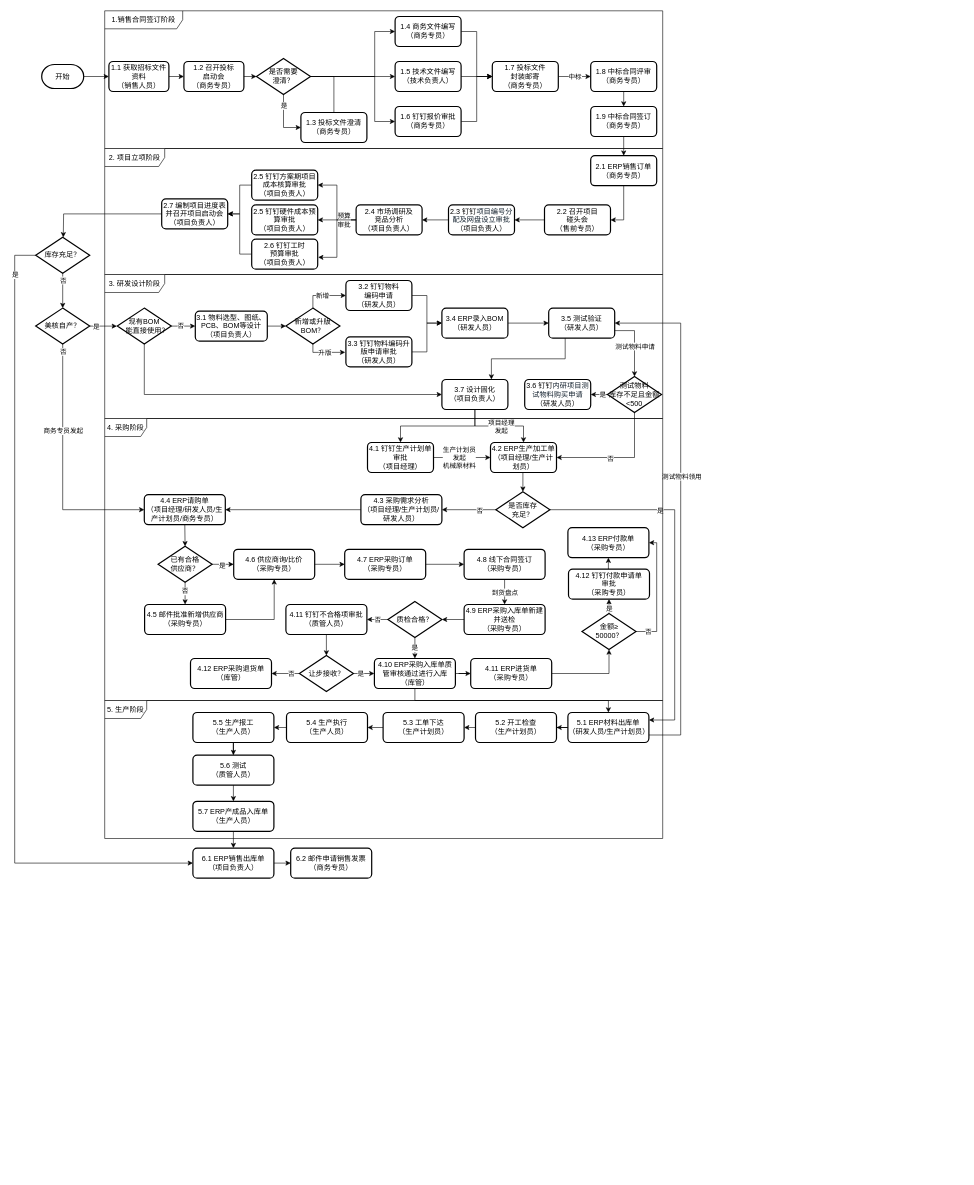
The draw.io diagram 美核电气项目生产采购流程图.drawio in eltweiyao/app-diagrams, before the edit. Source tidied: cells renumbered, new cells numbered last; positions are measured from the earlier drawing's top-left corner, leaving out a move shared by most shapes. Both pictures are drawn from the tidied source at 60%, with x=0, y=0 at pixel (14, 10).
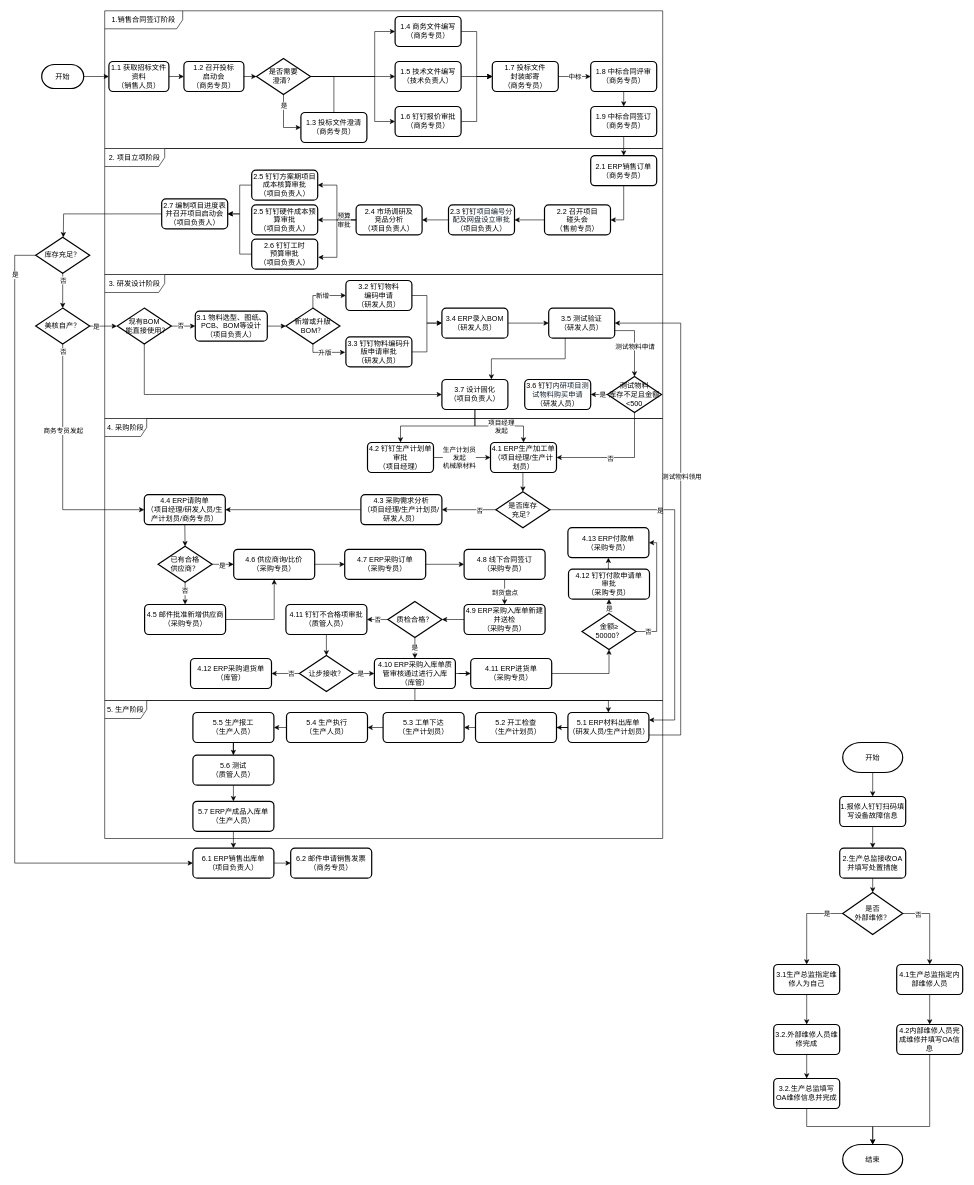
After the change.

Commit message:
更新美核电气项目生产采购流程图.drawio

Change to the diagram source:
```diff
@@
-    <mxCell id="86" value="4.1 钉钉生产计划单审批&lt;br&gt;（项目经理）" style="rounded=1;whiteSpace=wrap;html=1;absoluteArcSize=1;arcSize=14;strokeWidth=2;" parent="1" vertex="1">
+    <mxCell id="86" value="4.2 钉钉生产计划单审批&lt;br&gt;（项目经理）" style="rounded=1;whiteSpace=wrap;html=1;absoluteArcSize=1;arcSize=14;strokeWidth=2;" parent="1" vertex="1">
       <mxGeometry x="588" y="720" width="110" height="50" as="geometry" />
     </mxCell>
-    <mxCell id="87" value="4.2 ERP生产加工单&lt;br&gt;（项目经理/生产计划员）" style="rounded=1;whiteSpace=wrap;html=1;absoluteArcSize=1;arcSize=14;strokeWidth=2;" parent="1" vertex="1">
+    <mxCell id="87" value="4.1 ERP生产加工单&lt;br&gt;（项目经理/生产计划员）" style="rounded=1;whiteSpace=wrap;html=1;absoluteArcSize=1;arcSize=14;strokeWidth=2;" parent="1" vertex="1">
       <mxGeometry x="793" y="720" width="110" height="50" as="geometry" />
     </mxCell>
@@
+    <mxCell id="167" style="edgeStyle=orthogonalEdgeStyle;rounded=0;jettySize=auto;html=1;exitX=0.5;exitY=1;exitDx=0;exitDy=0;exitPerimeter=0;entryX=0.5;entryY=0;entryDx=0;entryDy=0;" parent="1" edge="1" source="168" target="170">
+      <mxGeometry relative="1" as="geometry" />
+    </mxCell>
+    <mxCell id="168" value="开始" style="strokeWidth=2;html=1;shape=mxgraph.flowchart.terminator;whiteSpace=wrap;" parent="1" vertex="1">
+      <mxGeometry x="1380" y="1220" width="100" height="50" as="geometry" />
+    </mxCell>
+    <mxCell id="169" style="edgeStyle=orthogonalEdgeStyle;rounded=0;jettySize=auto;html=1;exitX=0.5;exitY=1;exitDx=0;exitDy=0;entryX=0.5;entryY=0;entryDx=0;entryDy=0;" parent="1" edge="1" source="170" target="171">
+      <mxGeometry relative="1" as="geometry" />
+    </mxCell>
+    <mxCell id="170" value="1.报修人钉钉扫码填写设备故障信息" style="rounded=1;whiteSpace=wrap;html=1;absoluteArcSize=1;arcSize=14;strokeWidth=2;" parent="1" vertex="1">
+      <mxGeometry x="1375" y="1310" width="110" height="50" as="geometry" />
+    </mxCell>
+    <mxCell id="171" value="2.生产总监接收OA&lt;br&gt;并填写处置措施" style="rounded=1;whiteSpace=wrap;html=1;absoluteArcSize=1;arcSize=14;strokeWidth=2;" parent="1" vertex="1">
+      <mxGeometry x="1375" y="1396" width="110" height="50" as="geometry" />
+    </mxCell>
+    <mxCell id="172" style="edgeStyle=orthogonalEdgeStyle;rounded=0;jettySize=auto;html=1;exitX=0;exitY=0.5;exitDx=0;exitDy=0;exitPerimeter=0;" parent="1" edge="1" source="176" target="179">
+      <mxGeometry relative="1" as="geometry" />
+    </mxCell>
+    <mxCell id="173" value="是" style="edgeLabel;html=1;align=center;verticalAlign=middle;" parent="172" vertex="1">
+      <mxGeometry x="-0.63" relative="1" as="geometry" />
+    </mxCell>
+    <mxCell id="174" style="edgeStyle=orthogonalEdgeStyle;rounded=0;jettySize=auto;html=1;exitX=1;exitY=0.5;exitDx=0;exitDy=0;exitPerimeter=0;entryX=0.5;entryY=0;entryDx=0;entryDy=0;" parent="1" edge="1" source="176" target="181">
+      <mxGeometry relative="1" as="geometry" />
+    </mxCell>
+    <mxCell id="175" value="否" style="edgeLabel;html=1;align=center;verticalAlign=middle;" parent="174" vertex="1">
+      <mxGeometry x="-0.62" y="-1" relative="1" as="geometry" />
+    </mxCell>
+    <mxCell id="176" value="是否&lt;br&gt;外部维修？" style="strokeWidth=2;html=1;shape=mxgraph.flowchart.decision;whiteSpace=wrap;" parent="1" vertex="1">
+      <mxGeometry x="1380" y="1470" width="100" height="70" as="geometry" />
+    </mxCell>
+    <mxCell id="177" style="edgeStyle=orthogonalEdgeStyle;rounded=0;jettySize=auto;html=1;exitX=0.5;exitY=1;exitDx=0;exitDy=0;entryX=0.5;entryY=0;entryDx=0;entryDy=0;entryPerimeter=0;" parent="1" edge="1" source="171" target="176">
+      <mxGeometry relative="1" as="geometry" />
+    </mxCell>
+    <mxCell id="178" style="edgeStyle=orthogonalEdgeStyle;rounded=0;jettySize=auto;html=1;exitX=0.5;exitY=1;exitDx=0;exitDy=0;entryX=0.5;entryY=0;entryDx=0;entryDy=0;" parent="1" edge="1" source="179" target="183">
+      <mxGeometry relative="1" as="geometry" />
+    </mxCell>
+    <mxCell id="179" value="3.1生产总监指定维修人为自己" style="rounded=1;whiteSpace=wrap;html=1;absoluteArcSize=1;arcSize=14;strokeWidth=2;" parent="1" vertex="1">
+      <mxGeometry x="1265" y="1590" width="110" height="50" as="geometry" />
+    </mxCell>
+    <mxCell id="180" style="edgeStyle=orthogonalEdgeStyle;rounded=0;jettySize=auto;html=1;exitX=0.5;exitY=1;exitDx=0;exitDy=0;entryX=0.5;entryY=0;entryDx=0;entryDy=0;" parent="1" edge="1" source="181" target="184">
+      <mxGeometry relative="1" as="geometry" />
+    </mxCell>
+    <mxCell id="181" value="4.1生产总监指定内部维修人员" style="rounded=1;whiteSpace=wrap;html=1;absoluteArcSize=1;arcSize=14;strokeWidth=2;" parent="1" vertex="1">
+      <mxGeometry x="1470" y="1590" width="110" height="50" as="geometry" />
+    </mxCell>
+    <mxCell id="182" style="edgeStyle=orthogonalEdgeStyle;rounded=0;jettySize=auto;html=1;exitX=0.5;exitY=1;exitDx=0;exitDy=0;entryX=0.5;entryY=0;entryDx=0;entryDy=0;" parent="1" edge="1" source="183" target="185">
+      <mxGeometry relative="1" as="geometry" />
+    </mxCell>
+    <mxCell id="183" value="3.2.外部维修人员维修完成" style="rounded=1;whiteSpace=wrap;html=1;absoluteArcSize=1;arcSize=14;strokeWidth=2;" parent="1" vertex="1">
+      <mxGeometry x="1265" y="1690" width="110" height="50" as="geometry" />
+    </mxCell>
+    <mxCell id="184" value="4.2内部维修人员完成维修并填写OA信息" style="rounded=1;whiteSpace=wrap;html=1;absoluteArcSize=1;arcSize=14;strokeWidth=2;" parent="1" vertex="1">
+      <mxGeometry x="1470" y="1690" width="110" height="50" as="geometry" />
+    </mxCell>
+    <mxCell id="185" value="3.2.生产总监填写OA维修信息并完成" style="rounded=1;whiteSpace=wrap;html=1;absoluteArcSize=1;arcSize=14;strokeWidth=2;" parent="1" vertex="1">
+      <mxGeometry x="1265" y="1780" width="110" height="50" as="geometry" />
+    </mxCell>
+    <mxCell id="186" value="结束" style="strokeWidth=2;html=1;shape=mxgraph.flowchart.terminator;whiteSpace=wrap;" parent="1" vertex="1">
+      <mxGeometry x="1380" y="1890" width="100" height="50" as="geometry" />
+    </mxCell>
+    <mxCell id="187" style="edgeStyle=orthogonalEdgeStyle;rounded=0;jettySize=auto;html=1;exitX=0.5;exitY=1;exitDx=0;exitDy=0;entryX=0.5;entryY=0;entryDx=0;entryDy=0;entryPerimeter=0;" parent="1" edge="1" source="185" target="186">
+      <mxGeometry relative="1" as="geometry" />
+    </mxCell>
+    <mxCell id="188" style="edgeStyle=orthogonalEdgeStyle;rounded=0;jettySize=auto;html=1;exitX=0.5;exitY=1;exitDx=0;exitDy=0;entryX=0.5;entryY=0;entryDx=0;entryDy=0;entryPerimeter=0;" parent="1" edge="1" source="184" target="186">
+      <mxGeometry relative="1" as="geometry">
+        <Array as="points">
+          <mxPoint x="1525" y="1860" />
+          <mxPoint x="1430" y="1860" />
+        </Array>
+      </mxGeometry>
+    </mxCell>
```
